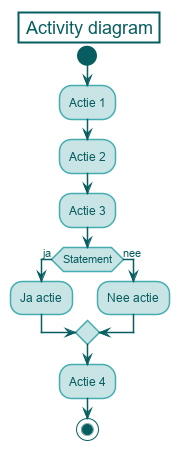
Before: voorbeelden/activitydiagram.png, a diagram exported from PlantUML (idsvanderzee/PlantUMLISStijl).
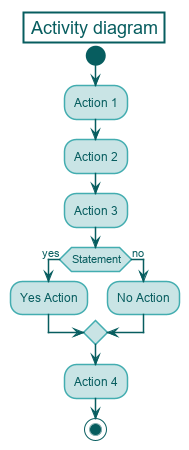
The same diagram one commit later.

Change to the diagram source:
```diff
@@ -50,7 +50,7 @@
     }
 
     package {
-        BackgroundColor #C9E4E5
+        BackgroundColor white
         BorderColor #43ADB0
     }
 
@@ -65,7 +65,7 @@
     }
 
     node {
-        BackgroundColor #C9E4E5
+        BackgroundColor #D9F7F8
         BorderColor #43ADB0
     }
 
@@ -100,19 +100,19 @@
 Title Activity diagram
 
 start
-:Actie 1;
+:Action 1;
 
-:Actie 2;
+:Action 2;
 
-:Actie 3;
+:Action 3;
 
-if (Statement) then (ja)
-    :Ja actie;
-else (nee)
-    :Nee actie;
+if (Statement) then (yes)
+    :Yes Action;
+else (no)
+    :No Action;
 endif
 
-:Actie 4;
+:Action 4;
 
 stop
 @enduml
```
